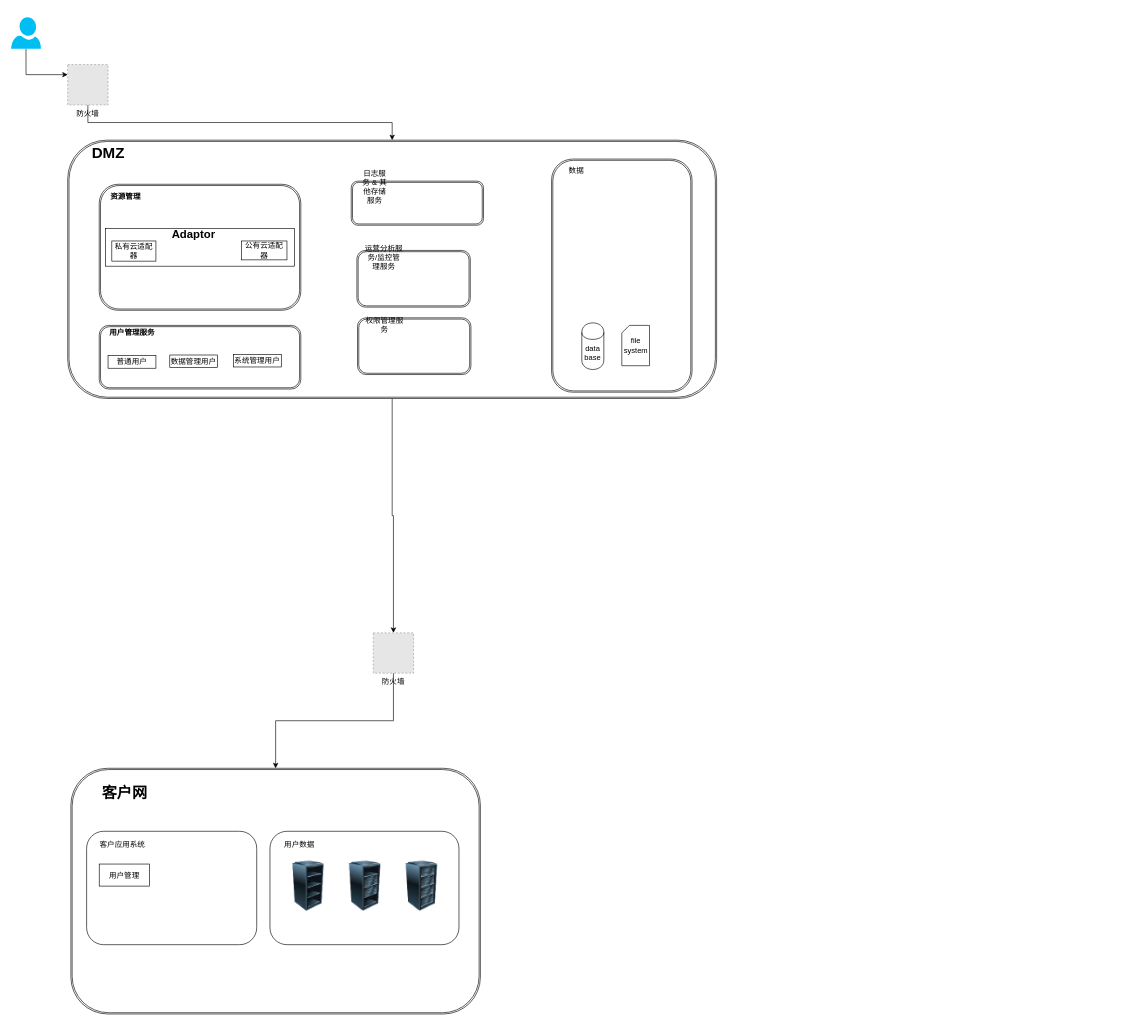
Above: Untitled Diagram.drawio in cpu6660/LeetCode (draw.io), before the change. Source tidied: cells renumbered, new cells numbered last; positions are measured from the earlier drawing's top-left corner, leaving out a move shared by most shapes. Both pictures are drawn from the tidied source at 63%, with x=0, y=0 at pixel (11, 17). Pictures stored in the file or linked from it are replaced by grey dashed boxes.
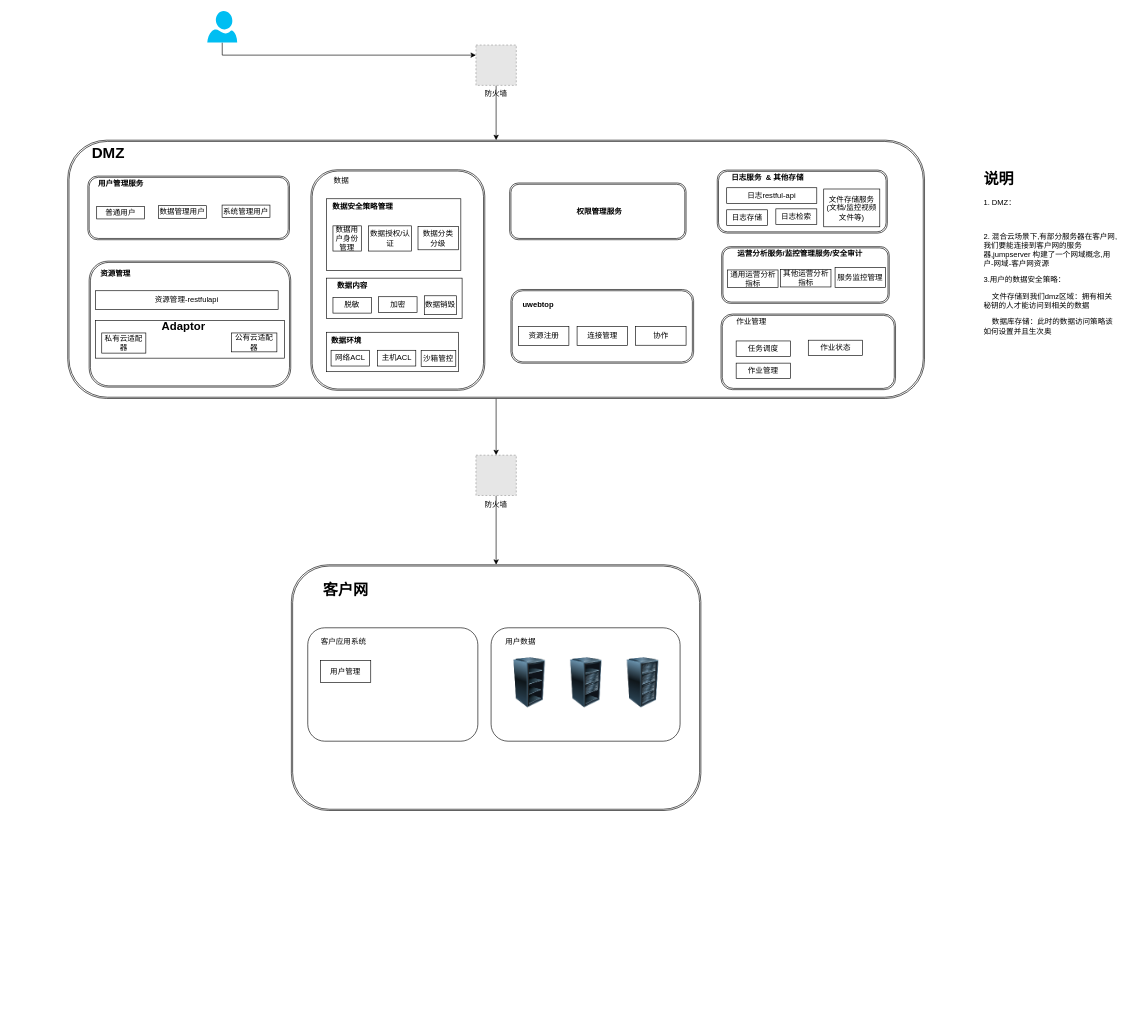
The same diagram, later.

Diff of the diagram source:
```diff
@@
     <mxCell id="3" style="shape=ext;double=1;rounded=1;whiteSpace=wrap;html=1;" parent="1" vertex="1">
-      <mxGeometry x="90" y="195" width="1030" height="410" as="geometry" />
+      <mxGeometry x="90" y="195" width="1360" height="410" as="geometry" />
     </mxCell>
@@
     <mxCell id="6" style="verticalLabelPosition=bottom;html=1;verticalAlign=top;align=center;strokeColor=none;fillColor=#00BEF2;shape=mxgraph.azure.user;" parent="1" vertex="1">
-      <mxGeometry width="47.5" height="50" as="geometry" />
+      <mxGeometry x="311.5" y="-10" width="47.5" height="50" as="geometry" />
     </mxCell>
@@
     <mxCell id="8" value="防火墙" style="fillColor=#E6E6E6;strokeColor=#999999;dashed=1;verticalLabelPosition=bottom;verticalAlign=top;" parent="1" vertex="1">
-      <mxGeometry x="90" y="75" width="64" height="64" as="geometry" />
+      <mxGeometry x="738" y="44" width="64" height="64" as="geometry" />
     </mxCell>
@@
     <mxCell id="10" value="防火墙" style="fillColor=#E6E6E6;strokeColor=#999999;dashed=1;verticalLabelPosition=bottom;verticalAlign=top;" parent="1" vertex="1">
-      <mxGeometry x="575" y="977" width="64" height="64" as="geometry" />
+      <mxGeometry x="738" y="695" width="64" height="64" as="geometry" />
     </mxCell>
-    <mxCell id="11" style="shape=ext;double=1;rounded=1;whiteSpace=wrap;html=1;" parent="1" vertex="1">
-      <mxGeometry x="140" y="265" width="320" height="200" as="geometry" />
-    </mxCell>
-    <mxCell id="12" value="&lt;b&gt;资源管理&lt;/b&gt;" style="text;html=1;strokeColor=none;fillColor=none;align=center;verticalAlign=middle;whiteSpace=wrap;rounded=0;" parent="1" vertex="1">
-      <mxGeometry x="154" y="275" width="56" height="20" as="geometry" />
-    </mxCell>
     <mxCell id="13" style="group;" parent="1" vertex="1">
-      <mxGeometry x="95" y="1192" width="650" height="390" as="geometry" />
+      <mxGeometry x="446" y="869" width="650" height="390" as="geometry" />
     </mxCell>
     <mxCell id="14" style="shape=ext;double=1;rounded=1;whiteSpace=wrap;html=1;" parent="13" vertex="1">
-      <mxGeometry width="650" height="390" as="geometry" />
+      <mxGeometry x="-1" width="650" height="390" as="geometry" />
     </mxCell>
@@
-    <mxCell id="25" style="group;" parent="1" vertex="1">
-      <mxGeometry x="858" y="225" width="223" height="370" as="geometry" />
-    </mxCell>
-    <mxCell id="26" style="shape=ext;double=1;rounded=1;whiteSpace=wrap;html=1;" parent="25" vertex="1">
-      <mxGeometry width="223" height="370" as="geometry" />
-    </mxCell>
-    <mxCell id="27" value="data&lt;br&gt;base" style="shape=cylinder;whiteSpace=wrap;html=1;boundedLbl=1;backgroundOutline=1;" parent="25" vertex="1">
-      <mxGeometry x="48" y="260" width="35" height="74" as="geometry" />
-    </mxCell>
-    <mxCell id="28" value="file system" style="shape=card;whiteSpace=wrap;html=1;size=12;" parent="25" vertex="1">
-      <mxGeometry x="111.5" y="264" width="44" height="64" as="geometry" />
-    </mxCell>
-    <mxCell id="29" value="数据" style="text;html=1;strokeColor=none;fillColor=none;align=center;verticalAlign=middle;whiteSpace=wrap;rounded=0;" parent="25" vertex="1">
-      <mxGeometry x="13.2" width="52.5" height="38.9" as="geometry" />
-    </mxCell>
-    <mxCell id="30" style="rounded=0;whiteSpace=wrap;html=1;" parent="1" vertex="1">
-      <mxGeometry x="150" y="335" width="300" height="60" as="geometry" />
-    </mxCell>
-    <mxCell id="31" value="&lt;h2&gt;&lt;span&gt;Adaptor&lt;/span&gt;&lt;/h2&gt;" style="text;html=1;strokeColor=none;fillColor=none;align=center;verticalAlign=middle;whiteSpace=wrap;rounded=0;" parent="1" vertex="1">
-      <mxGeometry x="270" y="335" width="40" height="20" as="geometry" />
-    </mxCell>
-    <mxCell id="32" value="公有云适配器" style="rounded=0;whiteSpace=wrap;html=1;" parent="1" vertex="1">
-      <mxGeometry x="366" y="355" width="72" height="30" as="geometry" />
-    </mxCell>
-    <mxCell id="33" value="私有云适配器" style="rounded=0;whiteSpace=wrap;html=1;" parent="1" vertex="1">
-      <mxGeometry x="160" y="355" width="70" height="32" as="geometry" />
-    </mxCell>
     <mxCell id="34" style="group;" parent="1" vertex="1">
-      <mxGeometry x="540" y="260" width="210" height="70" as="geometry" />
+      <mxGeometry x="530" y="245" width="880" height="103" as="geometry" />
     </mxCell>
+    <mxCell id="49" style="group;" parent="34" vertex="1">
+      <mxGeometry x="589" y="-2.5" width="291" height="100" as="geometry" />
+    </mxCell>
-    <mxCell id="35" style="shape=ext;double=1;rounded=1;whiteSpace=wrap;html=1;" parent="34" vertex="1">
-      <mxGeometry width="210" height="70" as="geometry" />
+    <mxCell id="35" style="shape=ext;double=1;rounded=1;whiteSpace=wrap;html=1;" parent="49" vertex="1">
+      <mxGeometry x="2" width="270" height="100" as="geometry" />
     </mxCell>
-    <mxCell id="36" value="日志服务 &amp;amp; 其他存储服务" style="text;html=1;strokeColor=none;fillColor=none;align=center;verticalAlign=middle;whiteSpace=wrap;rounded=0;" parent="34" vertex="1">
-      <mxGeometry x="14.1" y="4.4" width="47" height="8.8" as="geometry" />
+    <mxCell id="36" value="&lt;b&gt;日志服务&amp;nbsp; &amp;amp; 其他存储&lt;/b&gt;" style="text;html=1;strokeColor=none;fillColor=none;align=center;verticalAlign=middle;whiteSpace=wrap;rounded=0;" parent="49" vertex="1">
+      <mxGeometry x="14" y="6" width="136" height="13" as="geometry" />
     </mxCell>
+    <mxCell id="50" value="日志存储" style="rounded=0;whiteSpace=wrap;html=1;" parent="49" vertex="1">
+      <mxGeometry x="17" y="63" width="65" height="25" as="geometry" />
+    </mxCell>
+    <mxCell id="51" value="日志检索" style="rounded=0;whiteSpace=wrap;html=1;" parent="49" vertex="1">
+      <mxGeometry x="95" y="61.5" width="65" height="25" as="geometry" />
+    </mxCell>
+    <mxCell id="52" value="日志restful-api" style="rounded=0;whiteSpace=wrap;html=1;" parent="49" vertex="1">
+      <mxGeometry x="17" y="28" width="143" height="25" as="geometry" />
+    </mxCell>
+    <mxCell id="53" value="文件存储服务&lt;br&gt;(文档/监控视频文件等)&lt;br&gt;" style="rounded=0;whiteSpace=wrap;html=1;" parent="49" vertex="1">
+      <mxGeometry x="171" y="30" width="89" height="60" as="geometry" />
+    </mxCell>
     <mxCell id="37" style="group;" parent="1" vertex="1">
-      <mxGeometry x="549" y="370" width="180" height="90" as="geometry" />
+      <mxGeometry x="1128" y="364" width="324" height="132" as="geometry" />
     </mxCell>
+    <mxCell id="54" style="group;" parent="37" vertex="1">
+      <mxGeometry width="266" height="90" as="geometry" />
+    </mxCell>
-    <mxCell id="38" style="shape=ext;double=1;rounded=1;whiteSpace=wrap;html=1;" parent="37" vertex="1">
-      <mxGeometry width="180" height="90" as="geometry" />
+    <mxCell id="38" style="shape=ext;double=1;rounded=1;whiteSpace=wrap;html=1;" parent="54" vertex="1">
+      <mxGeometry width="266" height="90" as="geometry" />
     </mxCell>
-    <mxCell id="39" value="运营分析服务/监控管理服务" style="text;html=1;strokeColor=none;fillColor=none;align=center;verticalAlign=middle;whiteSpace=wrap;rounded=0;" parent="37" vertex="1">
-      <mxGeometry x="12.1" y="5.6" width="61.8" height="11.2" as="geometry" />
+    <mxCell id="39" value="&lt;b&gt;运营分析服务/监控管理服务/安全审计&lt;/b&gt;" style="text;html=1;strokeColor=none;fillColor=none;align=center;verticalAlign=middle;whiteSpace=wrap;rounded=0;" parent="54" vertex="1">
+      <mxGeometry x="9" y="6" width="231" height="11" as="geometry" />
     </mxCell>
+    <mxCell id="55" value="其他运营分析指标" style="rounded=0;whiteSpace=wrap;html=1;" parent="54" vertex="1">
+      <mxGeometry x="93.5" y="36" width="80" height="28" as="geometry" />
+    </mxCell>
+    <mxCell id="56" value="服务监控管理" style="rounded=0;whiteSpace=wrap;html=1;" parent="54" vertex="1">
+      <mxGeometry x="180" y="33" width="80" height="32" as="geometry" />
+    </mxCell>
+    <mxCell id="57" value="通用运营分析指标" style="rounded=0;whiteSpace=wrap;html=1;" parent="54" vertex="1">
+      <mxGeometry x="9.5" y="37" width="80" height="28" as="geometry" />
+    </mxCell>
     <mxCell id="40" style="group;" parent="1" vertex="1">
-      <mxGeometry x="550" y="477" width="180" height="90" as="geometry" />
+      <mxGeometry x="791.5" y="263" width="280" height="90" as="geometry" />
     </mxCell>
     <mxCell id="41" style="shape=ext;double=1;rounded=1;whiteSpace=wrap;html=1;" parent="40" vertex="1">
-      <mxGeometry width="180" height="90" as="geometry" />
+      <mxGeometry width="280" height="90" as="geometry" />
     </mxCell>
-    <mxCell id="42" value="权限管理服务" style="text;html=1;strokeColor=none;fillColor=none;align=center;verticalAlign=middle;whiteSpace=wrap;rounded=0;" parent="40" vertex="1">
-      <mxGeometry x="12.1" y="5.6" width="61.8" height="11.2" as="geometry" />
+    <mxCell id="42" value="&lt;b&gt;权限管理服务&lt;/b&gt;" style="text;html=1;strokeColor=none;fillColor=none;align=center;verticalAlign=middle;whiteSpace=wrap;rounded=0;" parent="40" vertex="1">
+      <mxGeometry x="81.6" y="40" width="122.3" height="11" as="geometry" />
     </mxCell>
+    <mxCell id="58" style="group;" parent="1" vertex="1">
+      <mxGeometry x="17" y="342.5" width="320" height="101" as="geometry" />
+    </mxCell>
     <mxCell id="43" style="group;" parent="1" vertex="1">
-      <mxGeometry x="140" y="489" width="320" height="101" as="geometry" />
+      <mxGeometry x="122" y="252" width="320" height="101" as="geometry" />
     </mxCell>
@@
+    <mxCell id="59" style="group;" parent="1" vertex="1">
+      <mxGeometry x="124" y="387" width="320" height="200" as="geometry" />
+    </mxCell>
+    <mxCell id="11" style="shape=ext;double=1;rounded=1;whiteSpace=wrap;html=1;" parent="59" vertex="1">
+      <mxGeometry width="320" height="200" as="geometry" />
+    </mxCell>
+    <mxCell id="12" value="&lt;b&gt;资源管理&lt;/b&gt;" style="text;html=1;strokeColor=none;fillColor=none;align=center;verticalAlign=middle;whiteSpace=wrap;rounded=0;" parent="59" vertex="1">
+      <mxGeometry x="14" y="10" width="56" height="20" as="geometry" />
+    </mxCell>
+    <mxCell id="60" value="资源管理-restfulapi" style="rounded=0;whiteSpace=wrap;html=1;" parent="59" vertex="1">
+      <mxGeometry x="10" y="47" width="290" height="30" as="geometry" />
+    </mxCell>
+    <mxCell id="61" style="group;" parent="59" vertex="1">
+      <mxGeometry x="10" y="94" width="300" height="60" as="geometry" />
+    </mxCell>
+    <mxCell id="30" style="rounded=0;whiteSpace=wrap;html=1;" parent="61" vertex="1">
+      <mxGeometry width="300" height="60" as="geometry" />
+    </mxCell>
+    <mxCell id="31" value="&lt;h2&gt;&lt;span&gt;Adaptor&lt;/span&gt;&lt;/h2&gt;" style="text;html=1;strokeColor=none;fillColor=none;align=center;verticalAlign=middle;whiteSpace=wrap;rounded=0;" parent="61" vertex="1">
+      <mxGeometry x="120" width="40" height="20" as="geometry" />
+    </mxCell>
+    <mxCell id="32" value="公有云适配器" style="rounded=0;whiteSpace=wrap;html=1;" parent="61" vertex="1">
+      <mxGeometry x="216" y="20" width="72" height="30" as="geometry" />
+    </mxCell>
+    <mxCell id="33" value="私有云适配器" style="rounded=0;whiteSpace=wrap;html=1;" parent="61" vertex="1">
+      <mxGeometry x="10" y="20" width="70" height="32" as="geometry" />
+    </mxCell>
+    <mxCell id="62" style="group;" parent="1" vertex="1">
+      <mxGeometry x="474" y="242" width="276" height="350" as="geometry" />
+    </mxCell>
+    <mxCell id="63" style="group;" parent="62" vertex="1">
+      <mxGeometry width="276" height="350" as="geometry" />
+    </mxCell>
+    <mxCell id="25" style="group;" parent="63" vertex="1">
+      <mxGeometry x="2" width="276" height="350" as="geometry" />
+    </mxCell>
+    <mxCell id="26" style="shape=ext;double=1;rounded=1;whiteSpace=wrap;html=1;" parent="25" vertex="1">
+      <mxGeometry width="276" height="350" as="geometry" />
+    </mxCell>
+    <mxCell id="29" value="数据" style="text;html=1;strokeColor=none;fillColor=none;align=center;verticalAlign=middle;whiteSpace=wrap;rounded=0;" parent="25" vertex="1">
+      <mxGeometry x="16.4" width="64.9" height="36.8" as="geometry" />
+    </mxCell>
+    <mxCell id="64" style="rounded=0;whiteSpace=wrap;html=1;" parent="25" vertex="1">
+      <mxGeometry x="24.8" y="257.9" width="209.2" height="62.6" as="geometry" />
+    </mxCell>
+    <mxCell id="65" style="rounded=0;whiteSpace=wrap;html=1;" parent="25" vertex="1">
+      <mxGeometry x="25" y="46" width="213" height="114" as="geometry" />
+    </mxCell>
+    <mxCell id="66" style="rounded=0;whiteSpace=wrap;html=1;" parent="25" vertex="1">
+      <mxGeometry x="25" y="172" width="215" height="64" as="geometry" />
+    </mxCell>
+    <mxCell id="67" value="&lt;b&gt;数据安全策略管理&lt;/b&gt;" style="text;html=1;strokeColor=none;fillColor=none;align=center;verticalAlign=middle;whiteSpace=wrap;rounded=0;" parent="25" vertex="1">
+      <mxGeometry x="15" y="39" width="135" height="37" as="geometry" />
+    </mxCell>
+    <mxCell id="68" value="数据用户身份管理" style="rounded=0;whiteSpace=wrap;html=1;" parent="25" vertex="1">
+      <mxGeometry x="35" y="89" width="45" height="40" as="geometry" />
+    </mxCell>
+    <mxCell id="69" value="数据授权/认证" style="rounded=0;whiteSpace=wrap;html=1;" parent="25" vertex="1">
+      <mxGeometry x="91.5" y="89" width="68" height="40" as="geometry" />
+    </mxCell>
+    <mxCell id="70" value="&lt;b&gt;数据内容&lt;/b&gt;" style="text;html=1;strokeColor=none;fillColor=none;align=center;verticalAlign=middle;whiteSpace=wrap;rounded=0;" parent="25" vertex="1">
+      <mxGeometry x="25" y="174" width="82" height="20" as="geometry" />
+    </mxCell>
+    <mxCell id="71" value="加密" style="rounded=0;whiteSpace=wrap;html=1;" parent="25" vertex="1">
+      <mxGeometry x="107.5" y="201.5" width="61" height="25" as="geometry" />
+    </mxCell>
+    <mxCell id="72" value="数据销毁" style="rounded=0;whiteSpace=wrap;html=1;" parent="25" vertex="1">
+      <mxGeometry x="180" y="200" width="51" height="30" as="geometry" />
+    </mxCell>
+    <mxCell id="73" value="&lt;b&gt;数据环境&lt;/b&gt;" style="text;html=1;strokeColor=none;fillColor=none;align=center;verticalAlign=middle;whiteSpace=wrap;rounded=0;" parent="25" vertex="1">
+      <mxGeometry x="28" y="261.5" width="57" height="20" as="geometry" />
+    </mxCell>
+    <mxCell id="74" value="网络ACL" style="rounded=0;whiteSpace=wrap;html=1;" parent="25" vertex="1">
+      <mxGeometry x="32" y="286.5" width="61" height="25" as="geometry" />
+    </mxCell>
+    <mxCell id="75" value="主机ACL" style="rounded=0;whiteSpace=wrap;html=1;" parent="25" vertex="1">
+      <mxGeometry x="105.5" y="286.5" width="61" height="25" as="geometry" />
+    </mxCell>
+    <mxCell id="76" value="沙箱管控" style="rounded=0;whiteSpace=wrap;html=1;" parent="25" vertex="1">
+      <mxGeometry x="175" y="287" width="55" height="25" as="geometry" />
+    </mxCell>
+    <mxCell id="77" value="数据分类&lt;br&gt;分级&lt;br&gt;" style="rounded=0;whiteSpace=wrap;html=1;" parent="25" vertex="1">
+      <mxGeometry x="170" y="90" width="64" height="37" as="geometry" />
+    </mxCell>
+    <mxCell id="78" value="脱敏" style="rounded=0;whiteSpace=wrap;html=1;" parent="25" vertex="1">
+      <mxGeometry x="35" y="202.5" width="61" height="25" as="geometry" />
+    </mxCell>
+    <mxCell id="79" style="group;" parent="1" vertex="1">
+      <mxGeometry x="1127" y="471" width="277" height="120" as="geometry" />
+    </mxCell>
+    <mxCell id="80" style="group;" parent="79" vertex="1">
+      <mxGeometry width="277" height="120" as="geometry" />
+    </mxCell>
+    <mxCell id="81" style="shape=ext;double=1;rounded=1;whiteSpace=wrap;html=1;" parent="80" vertex="1">
+      <mxGeometry width="277" height="120" as="geometry" />
+    </mxCell>
+    <mxCell id="82" value="作业管理" style="text;html=1;strokeColor=none;fillColor=none;align=center;verticalAlign=middle;whiteSpace=wrap;rounded=0;" parent="80" vertex="1">
+      <mxGeometry x="13.5" y="6.9" width="69" height="12.6" as="geometry" />
+    </mxCell>
+    <mxCell id="83" value="任务调度" style="rounded=0;whiteSpace=wrap;html=1;" parent="80" vertex="1">
+      <mxGeometry x="24" y="42.7" width="86" height="24.5" as="geometry" />
+    </mxCell>
+    <mxCell id="84" value="作业状态" style="rounded=0;whiteSpace=wrap;html=1;" parent="80" vertex="1">
+      <mxGeometry x="138.5" y="41.5" width="86" height="24.5" as="geometry" />
+    </mxCell>
+    <mxCell id="85" value="作业管理" style="rounded=0;whiteSpace=wrap;html=1;" parent="80" vertex="1">
+      <mxGeometry x="24" y="77.9" width="86" height="24.5" as="geometry" />
+    </mxCell>
+    <mxCell id="86" style="group;" parent="1" vertex="1">
+      <mxGeometry x="793.5" y="432" width="290" height="117" as="geometry" />
+    </mxCell>
+    <mxCell id="87" style="shape=ext;double=1;rounded=1;whiteSpace=wrap;html=1;" parent="86" vertex="1">
+      <mxGeometry width="290" height="117" as="geometry" />
+    </mxCell>
+    <mxCell id="88" value="&lt;b&gt;uwebtop&lt;/b&gt;" style="text;html=1;strokeColor=none;fillColor=none;align=center;verticalAlign=middle;whiteSpace=wrap;rounded=0;" parent="86" vertex="1">
+      <mxGeometry x="23" y="14" width="40" height="20" as="geometry" />
+    </mxCell>
+    <mxCell id="89" value="资源注册" style="rounded=0;whiteSpace=wrap;html=1;" parent="86" vertex="1">
+      <mxGeometry x="12" y="59" width="80" height="30" as="geometry" />
+    </mxCell>
+    <mxCell id="90" value="连接管理" style="rounded=0;whiteSpace=wrap;html=1;" parent="86" vertex="1">
+      <mxGeometry x="105" y="59" width="80" height="30" as="geometry" />
+    </mxCell>
+    <mxCell id="91" value="协作" style="rounded=0;whiteSpace=wrap;html=1;" parent="86" vertex="1">
+      <mxGeometry x="198" y="58.5" width="80" height="30" as="geometry" />
+    </mxCell>
+    <mxCell id="92" value="&lt;h1&gt;说明&lt;/h1&gt;&lt;p&gt;1. DMZ：&amp;nbsp;&lt;/p&gt;&lt;p&gt;&lt;br&gt;&lt;/p&gt;&lt;p&gt;2. 混合云场景下,有部分服务器在客户网,我们要能连接到客户网的服务器,jumpserver 构建了一个网域概念,用户-网域-客户网资源&lt;/p&gt;&lt;p&gt;&lt;span&gt;3.用户的数据安全策略：&lt;/span&gt;&lt;/p&gt;&lt;p&gt;&lt;span&gt;&amp;nbsp; &amp;nbsp; 文件存储到我们dmz区域：拥有相关秘钥的人才能访问到相关的数据&lt;/span&gt;&lt;br&gt;&lt;/p&gt;&lt;p&gt;&lt;span&gt;&amp;nbsp; &amp;nbsp; 数据库存储：此时的数据访问策略该如何设置并且生次奥&lt;/span&gt;&lt;/p&gt;" style="text;html=1;strokeColor=none;fillColor=none;spacing=5;spacingTop=-20;whiteSpace=wrap;overflow=hidden;rounded=0;" parent="1" vertex="1">
+      <mxGeometry x="1539" y="237" width="221" height="268" as="geometry" />
+    </mxCell>
```
